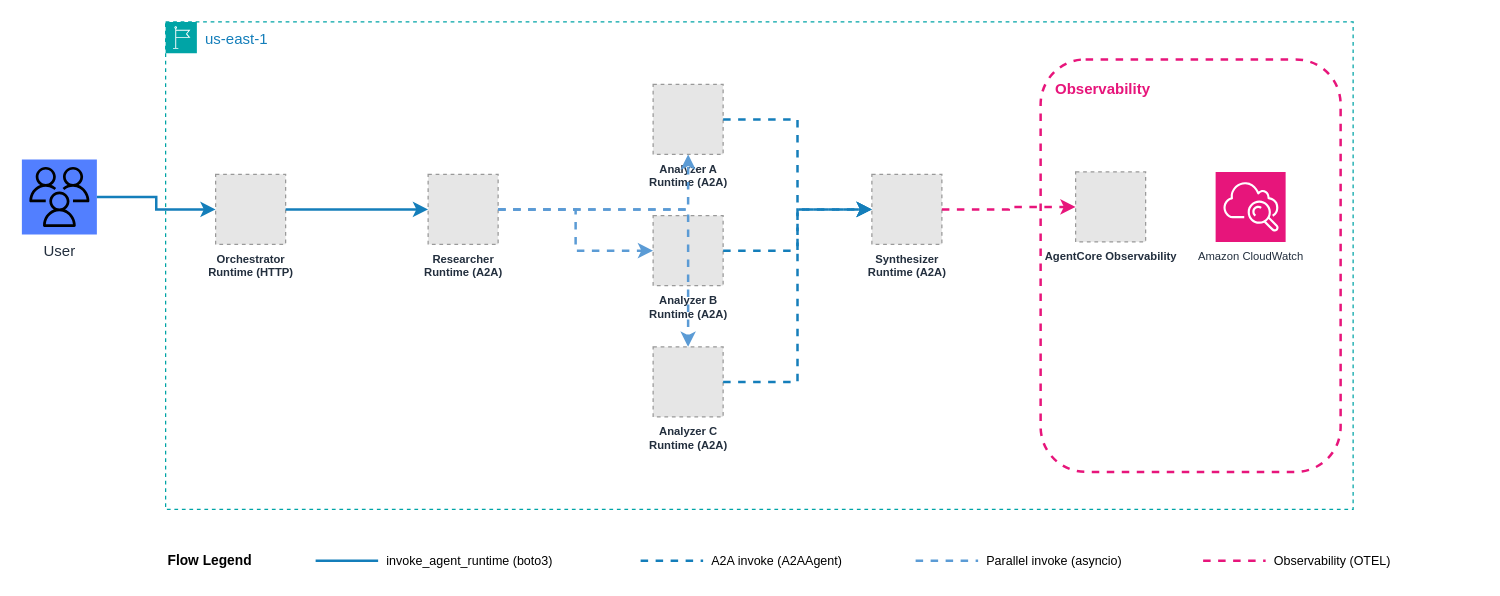
This is samples/04-parallel-fork-join/production/architecture.drawio from aws-samples/sample-multi-agent-systems-with-strands-workshop, a draw.io file, before an edit. Source tidied: cells renumbered, new cells numbered last; positions are measured from the earlier drawing's top-left corner, leaving out a move shared by most shapes. Both pictures are drawn from the tidied source at 125%, with x=0, y=0 at pixel (21, 21). Pictures stored in the file or linked from it are replaced by grey dashed boxes.
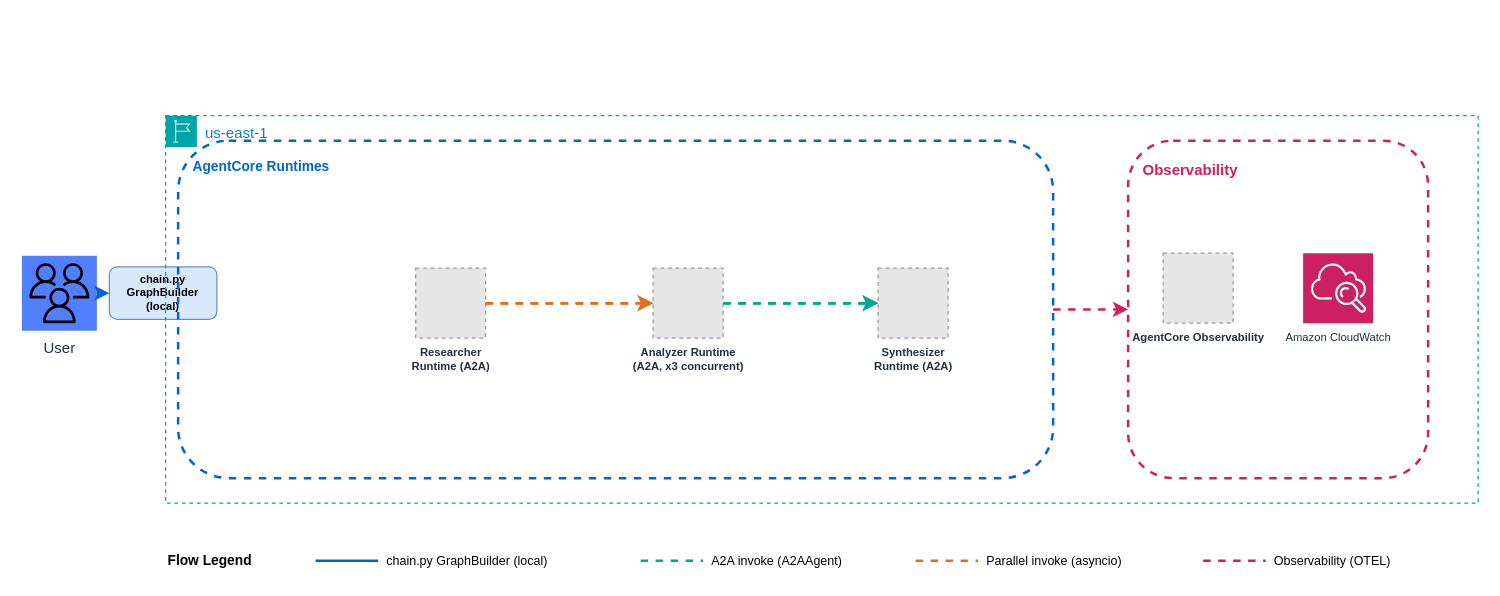
The same page after the edit.

Commit message (it also covers changes not shown here):
Update architecture diagrams: replace orchestrator runtime with chain.py (local)

Change to the diagram source:
```diff
@@
+    <mxCell id="31" value="chain.py&lt;div&gt;GraphBuilder (local)&lt;/div&gt;" style="rounded=1;whiteSpace=wrap;html=1;fillColor=#dae8fc;strokeColor=#6c8ebf;fontSize=9;fontStyle=1;verticalAlign=middle;" parent="1" vertex="1">
+      <mxGeometry x="70" y="196" width="86" height="42" as="geometry" />
+    </mxCell>
     <mxCell id="2" value="User" style="sketch=0;outlineConnect=0;fontColor=#232F3E;gradientColor=none;fillColor=#527FFF;strokeColor=none;dashed=0;verticalLabelPosition=bottom;verticalAlign=top;align=center;html=1;fontSize=12;fontStyle=0;shape=mxgraph.aws4.resourceIcon;resIcon=mxgraph.aws4.users;" parent="1" vertex="1">
-      <mxGeometry y="110" width="60" height="60" as="geometry" />
+      <mxGeometry y="187" width="60" height="60" as="geometry" />
     </mxCell>
     <mxCell id="3" value="us-east-1" style="gradientColor=none;html=1;whiteSpace=wrap;fontSize=12;fontStyle=0;shape=mxgraph.aws4.group;grIcon=mxgraph.aws4.group_region;strokeColor=#00A4A6;fillColor=none;verticalAlign=top;align=left;spacingLeft=30;fontColor=#147EBA;dashed=1;" parent="1" vertex="1">
-      <mxGeometry x="115" width="950" height="390" as="geometry" />
+      <mxGeometry x="115" y="75" width="1050" height="310" as="geometry" />
     </mxCell>
-    <mxCell id="4" value="Orchestrator&lt;div&gt;Runtime (HTTP)&lt;/div&gt;" style="fillColor=#E6E6E6;strokeColor=#999999;dashed=1;html=1;verticalLabelPosition=bottom;labelBackgroundColor=none;verticalAlign=top;fontSize=9;fontStyle=1;fontColor=#232F3E;" parent="3" vertex="1">
-      <mxGeometry x="40" y="122" width="56" height="56" as="geometry" />
-    </mxCell>
+    <mxCell id="32" value="AgentCore Runtimes" style="rounded=1;whiteSpace=wrap;html=1;fillColor=none;strokeColor=#0066CC;strokeWidth=2;dashed=1;fontSize=11;fontStyle=1;fontColor=#0066CC;verticalAlign=top;align=left;spacingLeft=10;spacingTop=8;" parent="3" vertex="1">
+      <mxGeometry x="10" y="20" width="700" height="270" as="geometry" />
+    </mxCell>
     <mxCell id="5" value="Researcher&lt;div&gt;Runtime (A2A)&lt;/div&gt;" style="fillColor=#E6E6E6;strokeColor=#999999;dashed=1;html=1;verticalLabelPosition=bottom;labelBackgroundColor=none;verticalAlign=top;fontSize=9;fontStyle=1;fontColor=#232F3E;" parent="3" vertex="1">
-      <mxGeometry x="210" y="122" width="56" height="56" as="geometry" />
+      <mxGeometry x="200" y="122" width="56" height="56" as="geometry" />
     </mxCell>
-    <mxCell id="6" value="Analyzer A&lt;div&gt;Runtime (A2A)&lt;/div&gt;" style="fillColor=#E6E6E6;strokeColor=#999999;dashed=1;html=1;verticalLabelPosition=bottom;labelBackgroundColor=none;verticalAlign=top;fontSize=9;fontStyle=1;fontColor=#232F3E;" parent="3" vertex="1">
-      <mxGeometry x="390" y="50" width="56" height="56" as="geometry" />
-    </mxCell>
-    <mxCell id="7" value="Analyzer B&lt;div&gt;Runtime (A2A)&lt;/div&gt;" style="fillColor=#E6E6E6;strokeColor=#999999;dashed=1;html=1;verticalLabelPosition=bottom;labelBackgroundColor=none;verticalAlign=top;fontSize=9;fontStyle=1;fontColor=#232F3E;" parent="3" vertex="1">
-      <mxGeometry x="390" y="155" width="56" height="56" as="geometry" />
-    </mxCell>
-    <mxCell id="8" value="Analyzer C&lt;div&gt;Runtime (A2A)&lt;/div&gt;" style="fillColor=#E6E6E6;strokeColor=#999999;dashed=1;html=1;verticalLabelPosition=bottom;labelBackgroundColor=none;verticalAlign=top;fontSize=9;fontStyle=1;fontColor=#232F3E;" parent="3" vertex="1">
-      <mxGeometry x="390" y="260" width="56" height="56" as="geometry" />
-    </mxCell>
+    <mxCell id="33" value="Analyzer Runtime&lt;div&gt;(A2A, x3 concurrent)&lt;/div&gt;" style="fillColor=#E6E6E6;strokeColor=#999999;dashed=1;html=1;verticalLabelPosition=bottom;labelBackgroundColor=none;verticalAlign=top;fontSize=9;fontStyle=1;fontColor=#232F3E;" parent="3" vertex="1">
+      <mxGeometry x="390" y="122" width="56" height="56" as="geometry" />
+    </mxCell>
     <mxCell id="9" value="Synthesizer&lt;div&gt;Runtime (A2A)&lt;/div&gt;" style="fillColor=#E6E6E6;strokeColor=#999999;dashed=1;html=1;verticalLabelPosition=bottom;labelBackgroundColor=none;verticalAlign=top;fontSize=9;fontStyle=1;fontColor=#232F3E;" parent="3" vertex="1">
-      <mxGeometry x="565" y="122" width="56" height="56" as="geometry" />
+      <mxGeometry x="570" y="122" width="56" height="56" as="geometry" />
     </mxCell>
-    <mxCell id="10" value="Observability" style="rounded=1;whiteSpace=wrap;html=1;fillColor=none;strokeColor=#E7157B;strokeWidth=2;dashed=1;fontSize=12;fontStyle=1;fontColor=#E7157B;verticalAlign=top;align=left;spacingLeft=10;spacingTop=10;" parent="3" vertex="1">
-      <mxGeometry x="700" y="30" width="240" height="330" as="geometry" />
+    <mxCell id="10" value="Observability" style="rounded=1;whiteSpace=wrap;html=1;fillColor=none;strokeColor=#CC2060;strokeWidth=2;dashed=1;fontSize=12;fontStyle=1;fontColor=#CC2060;verticalAlign=top;align=left;spacingLeft=10;spacingTop=10;" parent="3" vertex="1">
+      <mxGeometry x="770" y="20" width="240" height="270" as="geometry" />
     </mxCell>
     <mxCell id="11" value="AgentCore Observability" style="fillColor=#E6E6E6;strokeColor=#999999;dashed=1;html=1;verticalLabelPosition=bottom;labelBackgroundColor=none;verticalAlign=top;fontSize=9;fontStyle=1;fontColor=#232F3E;" parent="3" vertex="1">
-      <mxGeometry x="728" y="120" width="56" height="56" as="geometry" />
+      <mxGeometry x="798" y="110" width="56" height="56" as="geometry" />
     </mxCell>
-    <mxCell id="12" value="Amazon CloudWatch" style="sketch=0;fontColor=#232F3E;fillColor=#E7157B;strokeColor=#ffffff;dashed=0;verticalLabelPosition=bottom;verticalAlign=top;align=center;html=1;fontSize=9;fontStyle=0;shape=mxgraph.aws4.resourceIcon;resIcon=mxgraph.aws4.cloudwatch;" parent="3" vertex="1">
-      <mxGeometry x="840" y="120" width="56" height="56" as="geometry" />
+    <mxCell id="12" value="Amazon CloudWatch" style="sketch=0;fontColor=#232F3E;fillColor=#CC2060;strokeColor=#ffffff;dashed=0;verticalLabelPosition=bottom;verticalAlign=top;align=center;html=1;fontSize=9;fontStyle=0;shape=mxgraph.aws4.resourceIcon;resIcon=mxgraph.aws4.cloudwatch;" parent="3" vertex="1">
+      <mxGeometry x="910" y="110" width="56" height="56" as="geometry" />
     </mxCell>
-    <mxCell id="13" style="edgeStyle=orthogonalEdgeStyle;rounded=0;jettySize=auto;html=1;strokeColor=#147EBA;strokeWidth=2;exitX=1;exitY=0.5;exitDx=0;exitDy=0;entryX=0;entryY=0.5;entryDx=0;entryDy=0;" parent="1" edge="1" source="2" target="4">
+    <mxCell id="13" style="edgeStyle=orthogonalEdgeStyle;rounded=0;jettySize=auto;html=1;strokeColor=#0066CC;strokeWidth=2;flowAnimation=1;exitX=1;exitY=0.5;exitDx=0;exitDy=0;entryX=0;entryY=0.5;entryDx=0;entryDy=0;" parent="1" edge="1" source="2" target="31">
       <mxGeometry relative="1" as="geometry" />
     </mxCell>
-    <mxCell id="14" style="edgeStyle=orthogonalEdgeStyle;rounded=0;jettySize=auto;html=1;strokeColor=#147EBA;strokeWidth=2;exitX=1;exitY=0.5;exitDx=0;exitDy=0;entryX=0;entryY=0.5;entryDx=0;entryDy=0;" parent="3" edge="1" source="4" target="5">
+    <mxCell id="14" style="edgeStyle=orthogonalEdgeStyle;rounded=0;jettySize=auto;html=1;strokeColor=#01A88D;strokeWidth=2;flowAnimation=1;dashed=1;exitX=1;exitY=0.5;exitDx=0;exitDy=0;entryX=0;entryY=0.5;entryDx=0;entryDy=0;" parent="1" edge="1" target="5">
       <mxGeometry relative="1" as="geometry" />
     </mxCell>
-    <mxCell id="15" style="edgeStyle=orthogonalEdgeStyle;rounded=0;jettySize=auto;html=1;strokeColor=#5B9BD5;strokeWidth=2;dashed=1;" parent="3" edge="1" source="5" target="6">
-      <mxGeometry relative="1" as="geometry" />
-    </mxCell>
-    <mxCell id="16" style="edgeStyle=orthogonalEdgeStyle;rounded=0;jettySize=auto;html=1;strokeColor=#5B9BD5;strokeWidth=2;dashed=1;" parent="3" edge="1" source="5" target="7">
-      <mxGeometry relative="1" as="geometry" />
-    </mxCell>
-    <mxCell id="17" style="edgeStyle=orthogonalEdgeStyle;rounded=0;jettySize=auto;html=1;strokeColor=#5B9BD5;strokeWidth=2;dashed=1;" parent="3" edge="1" source="5" target="8">
-      <mxGeometry relative="1" as="geometry" />
-    </mxCell>
-    <mxCell id="18" style="edgeStyle=orthogonalEdgeStyle;rounded=0;jettySize=auto;html=1;strokeColor=#147EBA;strokeWidth=2;dashed=1;exitX=1;exitY=0.5;exitDx=0;exitDy=0;entryX=0;entryY=0.5;entryDx=0;entryDy=0;" parent="3" edge="1" source="6" target="9">
-      <mxGeometry relative="1" as="geometry" />
-    </mxCell>
-    <mxCell id="19" style="edgeStyle=orthogonalEdgeStyle;rounded=0;jettySize=auto;html=1;strokeColor=#147EBA;strokeWidth=2;dashed=1;exitX=1;exitY=0.5;exitDx=0;exitDy=0;entryX=0;entryY=0.5;entryDx=0;entryDy=0;" parent="3" edge="1" source="7" target="9">
-      <mxGeometry relative="1" as="geometry" />
-    </mxCell>
-    <mxCell id="20" style="edgeStyle=orthogonalEdgeStyle;rounded=0;jettySize=auto;html=1;strokeColor=#147EBA;strokeWidth=2;dashed=1;exitX=1;exitY=0.5;exitDx=0;exitDy=0;entryX=0;entryY=0.5;entryDx=0;entryDy=0;" parent="3" edge="1" source="8" target="9">
-      <mxGeometry relative="1" as="geometry" />
-    </mxCell>
+    <mxCell id="34" style="edgeStyle=orthogonalEdgeStyle;rounded=0;jettySize=auto;html=1;strokeColor=#E07020;strokeWidth=2;flowAnimation=1;dashed=1;" parent="3" edge="1" source="5" target="33">
+      <mxGeometry relative="1" as="geometry" />
+    </mxCell>
+    <mxCell id="35" style="edgeStyle=orthogonalEdgeStyle;rounded=0;jettySize=auto;html=1;strokeColor=#E07020;strokeWidth=2;flowAnimation=1;dashed=1;" parent="3" edge="1" source="5" target="33">
+      <mxGeometry relative="1" as="geometry" />
+    </mxCell>
+    <mxCell id="36" style="edgeStyle=orthogonalEdgeStyle;rounded=0;jettySize=auto;html=1;strokeColor=#E07020;strokeWidth=2;flowAnimation=1;dashed=1;" parent="3" edge="1" source="5" target="33">
+      <mxGeometry relative="1" as="geometry" />
+    </mxCell>
+    <mxCell id="37" style="edgeStyle=orthogonalEdgeStyle;rounded=0;jettySize=auto;html=1;strokeColor=#01A88D;strokeWidth=2;flowAnimation=1;dashed=1;exitX=1;exitY=0.5;exitDx=0;exitDy=0;entryX=0;entryY=0.5;entryDx=0;entryDy=0;" parent="3" edge="1" source="33" target="9">
+      <mxGeometry relative="1" as="geometry" />
+    </mxCell>
+    <mxCell id="38" style="edgeStyle=orthogonalEdgeStyle;rounded=0;jettySize=auto;html=1;strokeColor=#01A88D;strokeWidth=2;flowAnimation=1;dashed=1;exitX=1;exitY=0.5;exitDx=0;exitDy=0;entryX=0;entryY=0.5;entryDx=0;entryDy=0;" parent="3" edge="1" source="33" target="9">
+      <mxGeometry relative="1" as="geometry" />
+    </mxCell>
+    <mxCell id="39" style="edgeStyle=orthogonalEdgeStyle;rounded=0;jettySize=auto;html=1;strokeColor=#01A88D;strokeWidth=2;flowAnimation=1;dashed=1;exitX=1;exitY=0.5;exitDx=0;exitDy=0;entryX=0;entryY=0.5;entryDx=0;entryDy=0;" parent="3" edge="1" source="33" target="9">
+      <mxGeometry relative="1" as="geometry" />
+    </mxCell>
-    <mxCell id="21" style="edgeStyle=orthogonalEdgeStyle;rounded=0;jettySize=auto;html=1;strokeColor=#E7157B;strokeWidth=2;dashed=1;exitX=1;exitY=0.5;exitDx=0;exitDy=0;" parent="3" edge="1" source="9" target="11">
+    <mxCell id="21" style="edgeStyle=orthogonalEdgeStyle;rounded=0;jettySize=auto;html=1;strokeColor=#CC2060;strokeWidth=2;flowAnimation=1;dashed=1;" parent="3" edge="1" source="32" target="10">
       <mxGeometry relative="1" as="geometry" />
     </mxCell>
@@
-    <mxCell id="23" style="edgeStyle=orthogonalEdgeStyle;rounded=0;orthogonalLoop=1;jettySize=auto;html=1;strokeColor=#147EBA;strokeWidth=2;endArrow=none;" parent="1" edge="1">
+    <mxCell id="23" style="edgeStyle=orthogonalEdgeStyle;rounded=0;orthogonalLoop=1;jettySize=auto;html=1;strokeColor=#0066CC;strokeWidth=2;endArrow=none;" parent="1" edge="1">
       <mxGeometry relative="1" as="geometry">
         <mxPoint x="235" y="431" as="sourcePoint" />
         <mxPoint x="285" y="431" as="targetPoint" />
       </mxGeometry>
     </mxCell>
-    <mxCell id="24" value="invoke_agent_runtime (boto3)" style="text;html=1;whiteSpace=wrap;strokeColor=none;fillColor=none;align=left;verticalAlign=middle;rounded=0;fontSize=10;" parent="1" vertex="1">
+    <mxCell id="24" value="chain.py GraphBuilder (local)" style="text;html=1;whiteSpace=wrap;strokeColor=none;fillColor=none;align=left;verticalAlign=middle;rounded=0;fontSize=10;" parent="1" vertex="1">
       <mxGeometry x="290" y="420" width="190" height="22" as="geometry" />
     </mxCell>
-    <mxCell id="25" style="edgeStyle=orthogonalEdgeStyle;rounded=0;orthogonalLoop=1;jettySize=auto;html=1;strokeColor=#147EBA;strokeWidth=2;dashed=1;endArrow=none;" parent="1" edge="1">
+    <mxCell id="25" style="edgeStyle=orthogonalEdgeStyle;rounded=0;orthogonalLoop=1;jettySize=auto;html=1;strokeColor=#01A88D;strokeWidth=2;dashed=1;endArrow=none;" parent="1" edge="1">
       <mxGeometry relative="1" as="geometry">
         <mxPoint x="495" y="431" as="sourcePoint" />
         <mxPoint x="545" y="431" as="targetPoint" />
       </mxGeometry>
     </mxCell>
@@
-    <mxCell id="27" style="edgeStyle=orthogonalEdgeStyle;rounded=0;orthogonalLoop=1;jettySize=auto;html=1;strokeColor=#5B9BD5;strokeWidth=2;dashed=1;endArrow=none;" parent="1" edge="1">
+    <mxCell id="27" style="edgeStyle=orthogonalEdgeStyle;rounded=0;orthogonalLoop=1;jettySize=auto;html=1;strokeColor=#E07020;strokeWidth=2;dashed=1;endArrow=none;" parent="1" edge="1">
       <mxGeometry relative="1" as="geometry">
         <mxPoint x="715" y="431" as="sourcePoint" />
         <mxPoint x="765" y="431" as="targetPoint" />
       </mxGeometry>
     </mxCell>
@@
-    <mxCell id="29" style="edgeStyle=orthogonalEdgeStyle;rounded=0;orthogonalLoop=1;jettySize=auto;html=1;strokeColor=#E7157B;strokeWidth=2;dashed=1;endArrow=none;" parent="1" edge="1">
-      <mxGeometry relative="1" as="geometry">
-        <mxPoint x="945" y="431" as="sourcePoint" />
-        <mxPoint x="995" y="431" as="targetPoint" />
-      </mxGeometry>
-    </mxCell>
+    <mxCell id="40" style="edgeStyle=orthogonalEdgeStyle;rounded=0;orthogonalLoop=1;jettySize=auto;html=1;strokeColor=#CC2060;strokeWidth=2;dashed=1;endArrow=none;" parent="1" edge="1">
+      <mxGeometry relative="1" as="geometry">
+        <mxPoint x="945" y="431" as="sourcePoint" />
+        <mxPoint x="995" y="431" as="targetPoint" />
+      </mxGeometry>
+    </mxCell>
```
